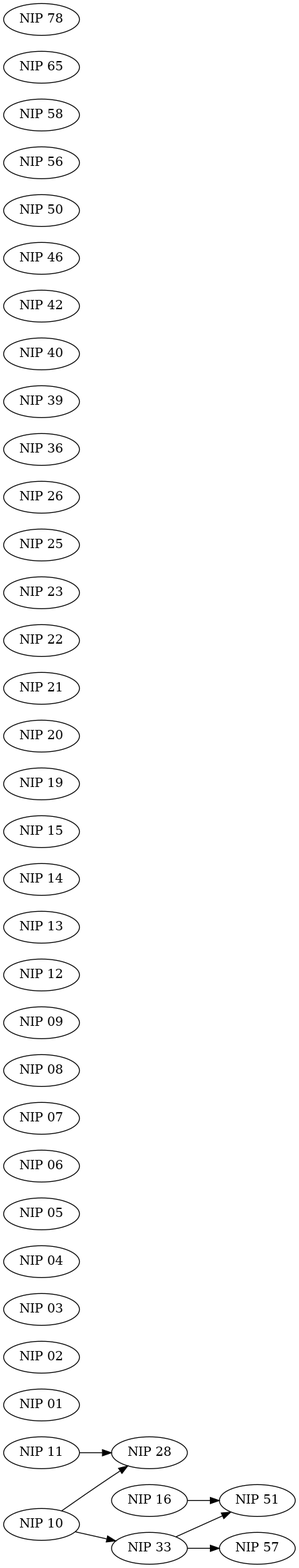
Above: scripts/tree.png in pqingshuang/nips (Graphviz), before the change. Its source is kept beside it as scripts/tree.dot.
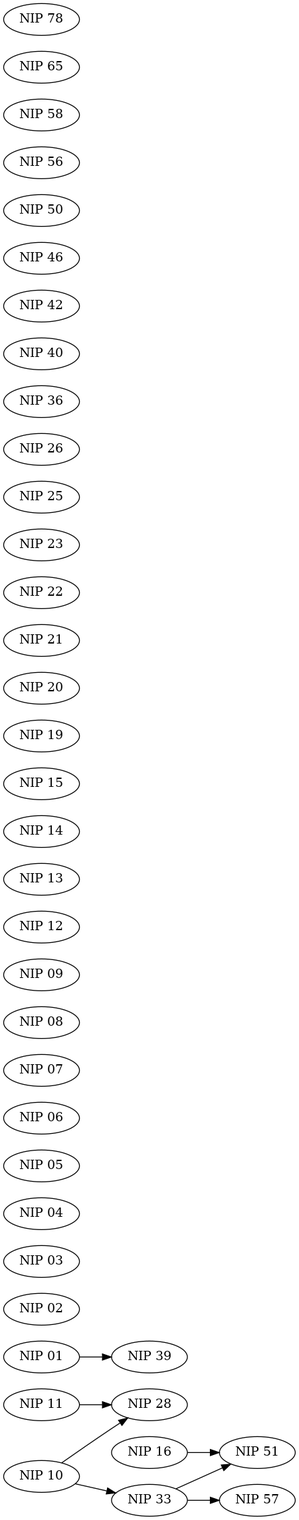
The same file after the commit.

Commit message:
update dependency tree

Diff of the diagram source:
```diff
@@ -3,10 +3,10 @@
   "NIP 10" -> "NIP 28";
   "NIP 11" -> "NIP 28";
   "NIP 10" -> "NIP 33";
+  "NIP 01" -> "NIP 39";
   "NIP 16" -> "NIP 51";
   "NIP 33" -> "NIP 51";
   "NIP 33" -> "NIP 57";
-  "NIP 01" [label="NIP 01"];
   "NIP 02" [label="NIP 02"];
   "NIP 03" [label="NIP 03"];
   "NIP 04" [label="NIP 04"];
@@ -27,7 +27,6 @@
   "NIP 25" [label="NIP 25"];
   "NIP 26" [label="NIP 26"];
   "NIP 36" [label="NIP 36"];
-  "NIP 39" [label="NIP 39"];
   "NIP 40" [label="NIP 40"];
   "NIP 42" [label="NIP 42"];
   "NIP 46" [label="NIP 46"];
```
